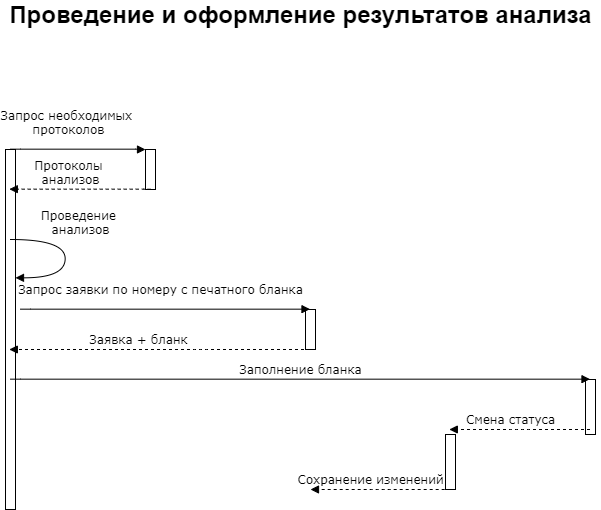
This is Process4.png from mariarheon/LaboratoryService, a draw.io export, as it was before one commit. Source tidied: cells renumbered, new cells last; positions are measured from the earlier drawing's top-left corner, leaving out a move shared by most shapes. Its diagram source:
```xml
<mxGraphModel background="#ffffff">
  <root>
    <mxCell id="0" />
    <mxCell id="1" parent="0" />
    <mxCell id="2" style="html=1;perimeter=orthogonalPerimeter;rounded=0;shadow=0;comic=0;labelBackgroundColor=none;strokeWidth=1;fontFamily=Verdana;fontSize=12;align=center;" parent="1" vertex="1">
      <mxGeometry x="145" y="145" width="10" height="40" as="geometry" />
    </mxCell>
    <mxCell id="3" style="html=1;perimeter=orthogonalPerimeter;rounded=0;shadow=0;comic=0;labelBackgroundColor=none;strokeWidth=1;fontFamily=Verdana;fontSize=12;align=center;" parent="1" vertex="1">
      <mxGeometry x="305" y="305" width="10" height="40" as="geometry" />
    </mxCell>
    <mxCell id="4" style="html=1;points=[];perimeter=orthogonalPerimeter;rounded=0;shadow=0;comic=0;labelBackgroundColor=none;strokeWidth=1;fontFamily=Verdana;fontSize=12;align=center;" parent="1" vertex="1">
      <mxGeometry x="445" y="430" width="10" height="55" as="geometry" />
    </mxCell>
    <mxCell id="5" style="html=1;perimeter=orthogonalPerimeter;rounded=0;shadow=0;comic=0;labelBackgroundColor=none;strokeWidth=1;fontFamily=Verdana;fontSize=12;align=center;" parent="1" vertex="1">
      <mxGeometry x="585" y="375" width="10" height="55" as="geometry" />
    </mxCell>
    <mxCell id="6" style="html=1;points=[];perimeter=orthogonalPerimeter;rounded=0;shadow=0;comic=0;labelBackgroundColor=none;strokeWidth=1;fontFamily=Verdana;fontSize=12;align=center;" parent="1" vertex="1">
      <mxGeometry x="5" y="145" width="10" height="360" as="geometry" />
    </mxCell>
    <mxCell id="7" value="Запрос необходимых &lt;br&gt;протоколов" style="html=1;verticalAlign=bottom;endArrow=block;entryX=0;entryY=0;labelBackgroundColor=none;fontFamily=Verdana;fontSize=12;edgeStyle=elbowEdgeStyle;elbow=vertical;" parent="1" edge="1" source="6">
      <mxGeometry y="14" relative="1" as="geometry">
        <mxPoint x="145" y="145" as="targetPoint" />
        <mxPoint x="-10" y="4" as="offset" />
      </mxGeometry>
    </mxCell>
    <mxCell id="8" value="Проведение&amp;nbsp;&lt;br&gt;анализов" style="html=1;verticalAlign=bottom;endArrow=block;labelBackgroundColor=none;fontFamily=Verdana;fontSize=12;elbow=vertical;edgeStyle=orthogonalEdgeStyle;curved=1;entryX=1;entryY=0.286;entryPerimeter=0;exitX=1.038;exitY=0.345;exitPerimeter=0;" parent="1" edge="1">
      <mxGeometry x="-0.23" y="15" relative="1" as="geometry">
        <mxPoint x="10" y="235" as="sourcePoint" />
        <mxPoint x="15" y="273.3" as="targetPoint" />
        <Array as="points">
          <mxPoint x="64.7" y="235" />
          <mxPoint x="64.7" y="273" />
        </Array>
      </mxGeometry>
    </mxCell>
    <mxCell id="9" value="Протоколы&amp;nbsp;&lt;br&gt;анализов" style="html=1;verticalAlign=bottom;endArrow=block;labelBackgroundColor=none;fontFamily=Verdana;fontSize=12;edgeStyle=elbowEdgeStyle;elbow=vertical;dashed=1;" parent="1" edge="1">
      <mxGeometry x="0.14" relative="1" as="geometry">
        <mxPoint x="150" y="185" as="sourcePoint" />
        <mxPoint x="8.8" y="184.7" as="targetPoint" />
      </mxGeometry>
    </mxCell>
    <mxCell id="10" value="Запрос заявки по номеру с печатного бланка" style="html=1;verticalAlign=bottom;endArrow=block;labelBackgroundColor=none;fontFamily=Verdana;fontSize=12;edgeStyle=elbowEdgeStyle;elbow=vertical;" parent="1" edge="1">
      <mxGeometry x="-0.03" y="10" relative="1" as="geometry">
        <mxPoint x="20" y="305" as="sourcePoint" />
        <mxPoint x="309.5" y="304.7" as="targetPoint" />
      </mxGeometry>
    </mxCell>
    <mxCell id="11" value="Заявка + бланк" style="html=1;verticalAlign=bottom;endArrow=block;labelBackgroundColor=none;fontFamily=Verdana;fontSize=12;edgeStyle=elbowEdgeStyle;elbow=vertical;dashed=1;" parent="1" edge="1">
      <mxGeometry x="0.14" relative="1" as="geometry">
        <mxPoint x="309.5" y="345" as="sourcePoint" />
        <mxPoint x="8.8" y="345" as="targetPoint" />
        <Array as="points">
          <mxPoint x="200" y="345" />
          <mxPoint x="230" y="405" />
        </Array>
      </mxGeometry>
    </mxCell>
    <mxCell id="12" value="Заполнение бланка" style="html=1;verticalAlign=bottom;endArrow=block;labelBackgroundColor=none;fontFamily=Verdana;fontSize=12;edgeStyle=elbowEdgeStyle;elbow=vertical;" parent="1" edge="1">
      <mxGeometry relative="1" as="geometry">
        <mxPoint x="10" y="375" as="sourcePoint" />
        <mxPoint x="589.5" y="374.7" as="targetPoint" />
      </mxGeometry>
    </mxCell>
    <mxCell id="13" value="Смена статуса" style="html=1;verticalAlign=bottom;endArrow=block;labelBackgroundColor=none;fontFamily=Verdana;fontSize=12;edgeStyle=elbowEdgeStyle;elbow=vertical;dashed=1;" parent="1" edge="1">
      <mxGeometry x="0.14" relative="1" as="geometry">
        <mxPoint x="589.5" y="425" as="sourcePoint" />
        <mxPoint x="448.8" y="425" as="targetPoint" />
        <Array as="points">
          <mxPoint x="520" y="425" />
          <mxPoint x="430.5" y="485" />
        </Array>
      </mxGeometry>
    </mxCell>
    <mxCell id="14" value="Сохранение изменений" style="html=1;verticalAlign=bottom;endArrow=block;labelBackgroundColor=none;fontFamily=Verdana;fontSize=12;edgeStyle=elbowEdgeStyle;elbow=vertical;dashed=1;" parent="1" edge="1">
      <mxGeometry x="0.14" relative="1" as="geometry">
        <mxPoint x="450.2" y="485" as="sourcePoint" />
        <mxPoint x="310" y="485" as="targetPoint" />
        <Array as="points">
          <mxPoint x="380.7" y="485" />
          <mxPoint x="291.2" y="545" />
        </Array>
      </mxGeometry>
    </mxCell>
    <mxCell id="15" value="&lt;font style=&quot;font-size: 24px&quot;&gt;&lt;b&gt;Проведение и оформление результатов анализа&lt;/b&gt;&lt;/font&gt;" style="text;html=1;align=center;verticalAlign=middle;" parent="1" vertex="1">
      <mxGeometry width="600" height="20" as="geometry" />
    </mxCell>
  </root>
</mxGraphModel>
```
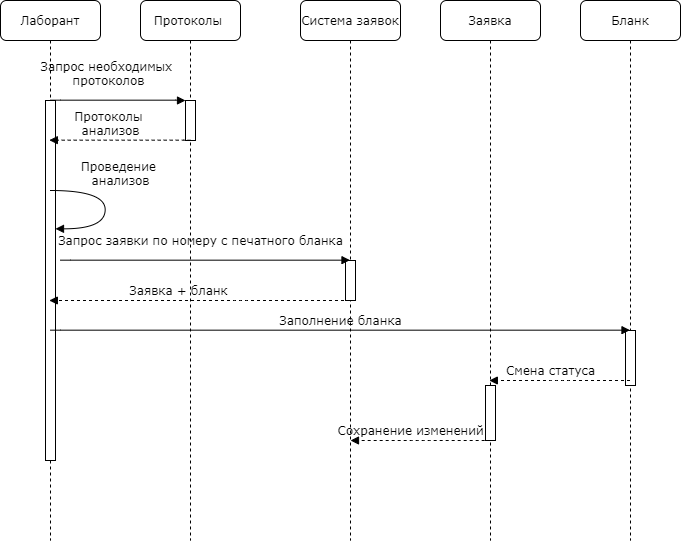
Above is the later version.

Change to the diagram source:
```diff
@@ -2,87 +2,92 @@
   <root>
     <mxCell id="0" />
     <mxCell id="1" parent="0" />
-    <mxCell id="2" style="html=1;perimeter=orthogonalPerimeter;rounded=0;shadow=0;comic=0;labelBackgroundColor=none;strokeWidth=1;fontFamily=Verdana;fontSize=12;align=center;" parent="1" vertex="1">
-      <mxGeometry x="145" y="145" width="10" height="40" as="geometry" />
+    <mxCell id="2" value="Протоколы&amp;nbsp;" style="shape=umlLifeline;perimeter=lifelinePerimeter;whiteSpace=wrap;html=1;rounded=1;shadow=0;comic=0;labelBackgroundColor=none;strokeWidth=1;fontFamily=Verdana;fontSize=12;align=center;" parent="1" vertex="1">
+      <mxGeometry x="100" y="45" width="100" height="540" as="geometry" />
     </mxCell>
-    <mxCell id="3" style="html=1;perimeter=orthogonalPerimeter;rounded=0;shadow=0;comic=0;labelBackgroundColor=none;strokeWidth=1;fontFamily=Verdana;fontSize=12;align=center;" parent="1" vertex="1">
-      <mxGeometry x="305" y="305" width="10" height="40" as="geometry" />
+    <mxCell id="3" style="html=1;perimeter=orthogonalPerimeter;rounded=0;shadow=0;comic=0;labelBackgroundColor=none;strokeWidth=1;fontFamily=Verdana;fontSize=12;align=center;" parent="2" vertex="1">
+      <mxGeometry x="45" y="100" width="10" height="40" as="geometry" />
     </mxCell>
-    <mxCell id="4" style="html=1;points=[];perimeter=orthogonalPerimeter;rounded=0;shadow=0;comic=0;labelBackgroundColor=none;strokeWidth=1;fontFamily=Verdana;fontSize=12;align=center;" parent="1" vertex="1">
-      <mxGeometry x="445" y="430" width="10" height="55" as="geometry" />
+    <mxCell id="4" value="Система заявок" style="shape=umlLifeline;perimeter=lifelinePerimeter;whiteSpace=wrap;html=1;outlineConnect=0;rounded=1;shadow=0;comic=0;labelBackgroundColor=none;strokeWidth=1;fontFamily=Verdana;fontSize=12;align=center;" parent="1" vertex="1">
+      <mxGeometry x="260" y="45" width="100" height="540" as="geometry" />
     </mxCell>
-    <mxCell id="5" style="html=1;perimeter=orthogonalPerimeter;rounded=0;shadow=0;comic=0;labelBackgroundColor=none;strokeWidth=1;fontFamily=Verdana;fontSize=12;align=center;" parent="1" vertex="1">
-      <mxGeometry x="585" y="375" width="10" height="55" as="geometry" />
+    <mxCell id="5" style="html=1;perimeter=orthogonalPerimeter;rounded=0;shadow=0;comic=0;labelBackgroundColor=none;strokeWidth=1;fontFamily=Verdana;fontSize=12;align=center;" parent="4" vertex="1">
+      <mxGeometry x="45" y="260" width="10" height="40" as="geometry" />
     </mxCell>
-    <mxCell id="6" style="html=1;points=[];perimeter=orthogonalPerimeter;rounded=0;shadow=0;comic=0;labelBackgroundColor=none;strokeWidth=1;fontFamily=Verdana;fontSize=12;align=center;" parent="1" vertex="1">
-      <mxGeometry x="5" y="145" width="10" height="360" as="geometry" />
+    <mxCell id="6" value="Заявка" style="shape=umlLifeline;perimeter=lifelinePerimeter;whiteSpace=wrap;html=1;outlineConnect=0;rounded=1;shadow=0;comic=0;labelBackgroundColor=none;strokeWidth=1;fontFamily=Verdana;fontSize=12;align=center;" parent="1" vertex="1">
+      <mxGeometry x="400" y="45" width="100" height="540" as="geometry" />
     </mxCell>
-    <mxCell id="7" value="Запрос необходимых &lt;br&gt;протоколов" style="html=1;verticalAlign=bottom;endArrow=block;entryX=0;entryY=0;labelBackgroundColor=none;fontFamily=Verdana;fontSize=12;edgeStyle=elbowEdgeStyle;elbow=vertical;" parent="1" edge="1" source="6">
-      <mxGeometry y="14" relative="1" as="geometry">
-        <mxPoint x="145" y="145" as="targetPoint" />
-        <mxPoint x="-10" y="4" as="offset" />
-      </mxGeometry>
+    <mxCell id="7" style="html=1;perimeter=orthogonalPerimeter;rounded=0;shadow=0;comic=0;labelBackgroundColor=none;strokeWidth=1;fontFamily=Verdana;fontSize=12;align=center;" parent="6" vertex="1">
+      <mxGeometry x="45" y="385" width="10" height="55" as="geometry" />
     </mxCell>
-    <mxCell id="8" value="Проведение&amp;nbsp;&lt;br&gt;анализов" style="html=1;verticalAlign=bottom;endArrow=block;labelBackgroundColor=none;fontFamily=Verdana;fontSize=12;elbow=vertical;edgeStyle=orthogonalEdgeStyle;curved=1;entryX=1;entryY=0.286;entryPerimeter=0;exitX=1.038;exitY=0.345;exitPerimeter=0;" parent="1" edge="1">
-      <mxGeometry x="-0.23" y="15" relative="1" as="geometry">
-        <mxPoint x="10" y="235" as="sourcePoint" />
-        <mxPoint x="15" y="273.3" as="targetPoint" />
-        <Array as="points">
-          <mxPoint x="64.7" y="235" />
-          <mxPoint x="64.7" y="273" />
-        </Array>
-      </mxGeometry>
+    <mxCell id="8" value="Бланк" style="shape=umlLifeline;perimeter=lifelinePerimeter;whiteSpace=wrap;html=1;outlineConnect=0;rounded=1;shadow=0;comic=0;labelBackgroundColor=none;strokeWidth=1;fontFamily=Verdana;fontSize=12;align=center;" parent="1" vertex="1">
+      <mxGeometry x="540" y="45" width="100" height="540" as="geometry" />
     </mxCell>
-    <mxCell id="9" value="Протоколы&amp;nbsp;&lt;br&gt;анализов" style="html=1;verticalAlign=bottom;endArrow=block;labelBackgroundColor=none;fontFamily=Verdana;fontSize=12;edgeStyle=elbowEdgeStyle;elbow=vertical;dashed=1;" parent="1" edge="1">
-      <mxGeometry x="0.14" relative="1" as="geometry">
-        <mxPoint x="150" y="185" as="sourcePoint" />
-        <mxPoint x="8.8" y="184.7" as="targetPoint" />
-      </mxGeometry>
+    <mxCell id="9" style="html=1;perimeter=orthogonalPerimeter;rounded=0;shadow=0;comic=0;labelBackgroundColor=none;strokeWidth=1;fontFamily=Verdana;fontSize=12;align=center;" parent="8" vertex="1">
+      <mxGeometry x="45" y="330" width="10" height="55" as="geometry" />
     </mxCell>
-    <mxCell id="10" value="Запрос заявки по номеру с печатного бланка" style="html=1;verticalAlign=bottom;endArrow=block;labelBackgroundColor=none;fontFamily=Verdana;fontSize=12;edgeStyle=elbowEdgeStyle;elbow=vertical;" parent="1" edge="1">
-      <mxGeometry x="-0.03" y="10" relative="1" as="geometry">
-        <mxPoint x="20" y="305" as="sourcePoint" />
-        <mxPoint x="309.5" y="304.7" as="targetPoint" />
-      </mxGeometry>
+    <mxCell id="10" value="Лаборант" style="shape=umlLifeline;perimeter=lifelinePerimeter;whiteSpace=wrap;html=1;outlineConnect=0;rounded=1;shadow=0;comic=0;labelBackgroundColor=none;strokeWidth=1;fontFamily=Verdana;fontSize=12;align=center;" parent="1" vertex="1">
+      <mxGeometry x="-40" y="45" width="100" height="540" as="geometry" />
     </mxCell>
-    <mxCell id="11" value="Заявка + бланк" style="html=1;verticalAlign=bottom;endArrow=block;labelBackgroundColor=none;fontFamily=Verdana;fontSize=12;edgeStyle=elbowEdgeStyle;elbow=vertical;dashed=1;" parent="1" edge="1">
-      <mxGeometry x="0.14" relative="1" as="geometry">
-        <mxPoint x="309.5" y="345" as="sourcePoint" />
-        <mxPoint x="8.8" y="345" as="targetPoint" />
-        <Array as="points">
-          <mxPoint x="200" y="345" />
-          <mxPoint x="230" y="405" />
-        </Array>
-      </mxGeometry>
+    <mxCell id="11" style="html=1;points=[];perimeter=orthogonalPerimeter;rounded=0;shadow=0;comic=0;labelBackgroundColor=none;strokeWidth=1;fontFamily=Verdana;fontSize=12;align=center;" parent="10" vertex="1">
+      <mxGeometry x="45" y="100" width="10" height="360" as="geometry" />
     </mxCell>
-    <mxCell id="12" value="Заполнение бланка" style="html=1;verticalAlign=bottom;endArrow=block;labelBackgroundColor=none;fontFamily=Verdana;fontSize=12;edgeStyle=elbowEdgeStyle;elbow=vertical;" parent="1" edge="1">
-      <mxGeometry relative="1" as="geometry">
-        <mxPoint x="10" y="375" as="sourcePoint" />
-        <mxPoint x="589.5" y="374.7" as="targetPoint" />
+    <mxCell id="12" value="Запрос необходимых &lt;br&gt;протоколов" style="html=1;verticalAlign=bottom;endArrow=block;entryX=0;entryY=0;labelBackgroundColor=none;fontFamily=Verdana;fontSize=12;edgeStyle=elbowEdgeStyle;elbow=vertical;" parent="1" edge="1" source="11">
+      <mxGeometry y="14" relative="1" as="geometry">
+        <mxPoint x="145" y="145" as="targetPoint" />
+        <mxPoint x="-10" y="4" as="offset" />
       </mxGeometry>
     </mxCell>
-    <mxCell id="13" value="Смена статуса" style="html=1;verticalAlign=bottom;endArrow=block;labelBackgroundColor=none;fontFamily=Verdana;fontSize=12;edgeStyle=elbowEdgeStyle;elbow=vertical;dashed=1;" parent="1" edge="1">
-      <mxGeometry x="0.14" relative="1" as="geometry">
-        <mxPoint x="589.5" y="425" as="sourcePoint" />
-        <mxPoint x="448.8" y="425" as="targetPoint" />
+    <mxCell id="13" value="Проведение&amp;nbsp;&lt;br&gt;анализов" style="html=1;verticalAlign=bottom;endArrow=block;labelBackgroundColor=none;fontFamily=Verdana;fontSize=12;elbow=vertical;edgeStyle=orthogonalEdgeStyle;curved=1;entryX=1;entryY=0.286;entryPerimeter=0;exitX=1.038;exitY=0.345;exitPerimeter=0;" parent="1" edge="1">
+      <mxGeometry x="-0.23" y="15" relative="1" as="geometry">
+        <mxPoint x="10" y="235" as="sourcePoint" />
+        <mxPoint x="15" y="273.3" as="targetPoint" />
         <Array as="points">
-          <mxPoint x="520" y="425" />
-          <mxPoint x="430.5" y="485" />
+          <mxPoint x="64.7" y="235" />
+          <mxPoint x="64.7" y="273" />
         </Array>
       </mxGeometry>
     </mxCell>
-    <mxCell id="14" value="Сохранение изменений" style="html=1;verticalAlign=bottom;endArrow=block;labelBackgroundColor=none;fontFamily=Verdana;fontSize=12;edgeStyle=elbowEdgeStyle;elbow=vertical;dashed=1;" parent="1" edge="1">
+    <mxCell id="14" value="Протоколы&amp;nbsp;&lt;br&gt;анализов" style="html=1;verticalAlign=bottom;endArrow=block;labelBackgroundColor=none;fontFamily=Verdana;fontSize=12;edgeStyle=elbowEdgeStyle;elbow=vertical;dashed=1;" parent="1" edge="1" target="10">
       <mxGeometry x="0.14" relative="1" as="geometry">
-        <mxPoint x="450.2" y="485" as="sourcePoint" />
-        <mxPoint x="310" y="485" as="targetPoint" />
-        <Array as="points">
-          <mxPoint x="380.7" y="485" />
-          <mxPoint x="291.2" y="545" />
-        </Array>
+        <mxPoint x="150" y="185" as="sourcePoint" />
       </mxGeometry>
     </mxCell>
-    <mxCell id="15" value="&lt;font style=&quot;font-size: 24px&quot;&gt;&lt;b&gt;Проведение и оформление результатов анализа&lt;/b&gt;&lt;/font&gt;" style="text;html=1;align=center;verticalAlign=middle;" parent="1" vertex="1">
-      <mxGeometry width="600" height="20" as="geometry" />
+    <mxCell id="15" value="Запрос заявки по номеру с печатного бланка" style="html=1;verticalAlign=bottom;endArrow=block;labelBackgroundColor=none;fontFamily=Verdana;fontSize=12;edgeStyle=elbowEdgeStyle;elbow=vertical;" parent="1" edge="1" target="4">
+      <mxGeometry x="-0.03" y="10" relative="1" as="geometry">
+        <mxPoint x="20" y="305" as="sourcePoint" />
+      </mxGeometry>
     </mxCell>
+    <mxCell id="16" value="Заявка + бланк" style="html=1;verticalAlign=bottom;endArrow=block;labelBackgroundColor=none;fontFamily=Verdana;fontSize=12;edgeStyle=elbowEdgeStyle;elbow=vertical;dashed=1;" parent="1" edge="1" source="4" target="10">
+      <mxGeometry x="0.14" relative="1" as="geometry">
+        <Array as="points">
+          <mxPoint x="200" y="345" />
+          <mxPoint x="230" y="405" />
+        </Array>
+      </mxGeometry>
+    </mxCell>
+    <mxCell id="17" value="Заполнение бланка" style="html=1;verticalAlign=bottom;endArrow=block;labelBackgroundColor=none;fontFamily=Verdana;fontSize=12;edgeStyle=elbowEdgeStyle;elbow=vertical;" parent="1" edge="1" target="8">
+      <mxGeometry relative="1" as="geometry">
+        <mxPoint x="10" y="375" as="sourcePoint" />
+      </mxGeometry>
+    </mxCell>
+    <mxCell id="18" value="Смена статуса" style="html=1;verticalAlign=bottom;endArrow=block;labelBackgroundColor=none;fontFamily=Verdana;fontSize=12;edgeStyle=elbowEdgeStyle;elbow=vertical;dashed=1;" parent="1" edge="1" source="8" target="6">
+      <mxGeometry x="0.14" relative="1" as="geometry">
+        <Array as="points">
+          <mxPoint x="520" y="425" />
+          <mxPoint x="430.5" y="485" />
+        </Array>
+      </mxGeometry>
+    </mxCell>
+    <mxCell id="19" value="Сохранение изменений" style="html=1;verticalAlign=bottom;endArrow=block;labelBackgroundColor=none;fontFamily=Verdana;fontSize=12;edgeStyle=elbowEdgeStyle;elbow=vertical;dashed=1;" parent="1" edge="1">
+      <mxGeometry x="0.14" relative="1" as="geometry">
+        <mxPoint x="450.2" y="485" as="sourcePoint" />
+        <mxPoint x="310" y="485" as="targetPoint" />
+        <Array as="points">
+          <mxPoint x="380.7" y="485" />
+          <mxPoint x="291.2" y="545" />
+        </Array>
+      </mxGeometry>
+    </mxCell>
   </root>
 </mxGraphModel>
```
